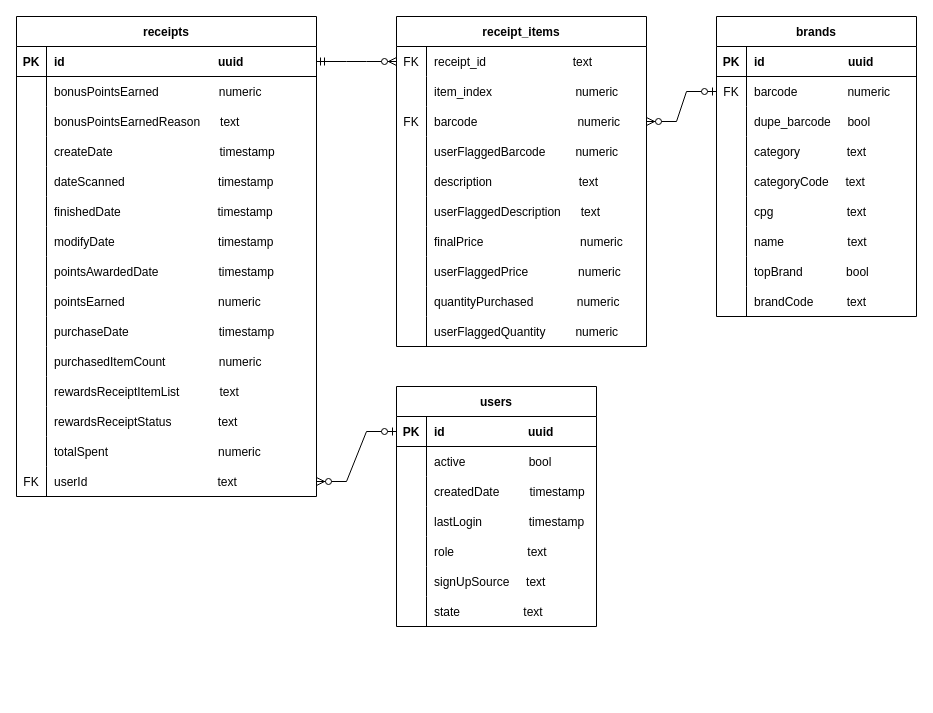
Earlier version of the draw.io diagram data/interim/fetch_db_erd.drawio (byrne-saw/play_fetch). Source tidied: cells renumbered, new cells numbered last; positions are measured from the earlier drawing's top-left corner, leaving out a move shared by most shapes. Both pictures are drawn from the tidied source at 100%, with x=0, y=0 at pixel (16, 16).
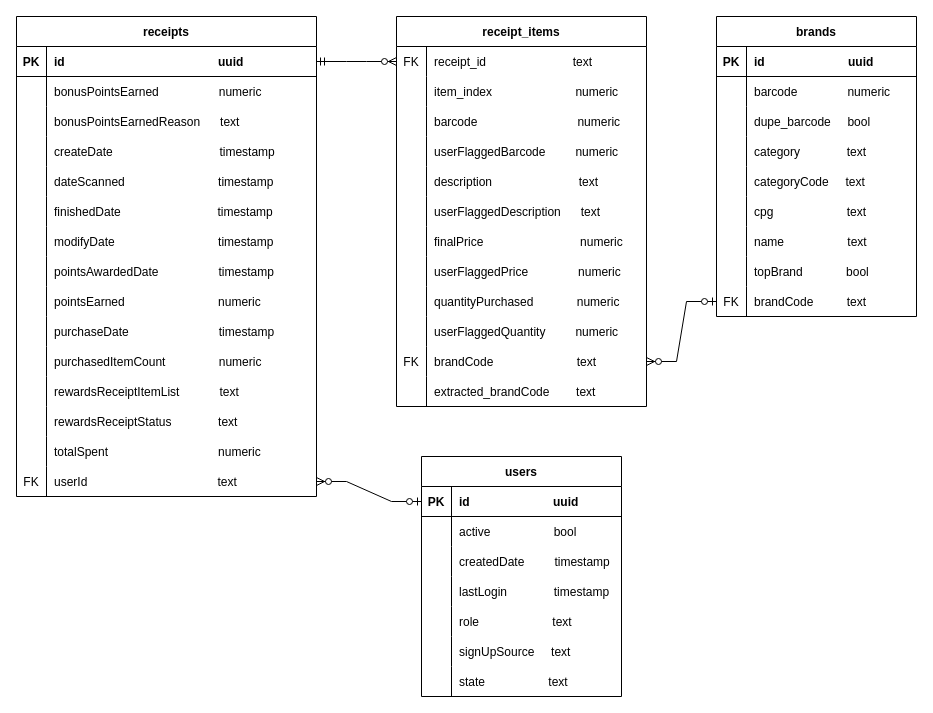
Above is the later version.

Commit message (it also covers changes not shown here):
added brandCodes and extracted_brandCodes to receipt_items, updated SQLite tables, made notes in preperation for take 2: What are the top 5 brands by receipts scanned for most recent month?

The change refers to these unchanged cells:
```xml
<mxCell id="6" style="shape=tableRow;horizontal=0;startSize=0;swimlaneHead=0;swimlaneBody=0;fillColor=none;points=[[0,0.5],[1,0.5]];portConstraint=eastwest;top=0;left=0;right=0;bottom=0;" parent="2" vertex="1">
  <mxGeometry y="60" width="200" height="30" as="geometry" />
</mxCell>
<mxCell id="27" style="shape=tableRow;horizontal=0;startSize=0;swimlaneHead=0;swimlaneBody=0;fillColor=none;points=[[0,0.5],[1,0.5]];portConstraint=eastwest;top=0;left=0;right=0;bottom=0;" parent="2" vertex="1">
  <mxGeometry y="270" width="200" height="30" as="geometry" />
</mxCell>
<mxCell id="105" style="shape=tableRow;horizontal=0;startSize=0;swimlaneHead=0;swimlaneBody=0;fillColor=none;points=[[0,0.5],[1,0.5]];portConstraint=eastwest;top=0;left=0;right=0;bottom=0;" parent="98" vertex="1">
  <mxGeometry y="90" width="250" height="30" as="geometry" />
</mxCell>
```

The edit, as a diff of the source:
```diff
@@
-    <mxCell id="7" value="FK" style="shape=partialRectangle;fillColor=none;top=0;left=0;bottom=0;right=0;overflow=hidden;" parent="6" vertex="1">
+    <mxCell id="7" style="shape=partialRectangle;fillColor=none;top=0;left=0;bottom=0;right=0;overflow=hidden;" parent="6" vertex="1">
       <mxGeometry width="30" height="30" as="geometry" />
     </mxCell>
@@
-    <mxCell id="28" style="shape=partialRectangle;fillColor=none;top=0;left=0;bottom=0;right=0;overflow=hidden;" parent="27" vertex="1">
+    <mxCell id="28" value="FK" style="shape=partialRectangle;fillColor=none;top=0;left=0;bottom=0;right=0;overflow=hidden;" parent="27" vertex="1">
       <mxGeometry width="30" height="30" as="geometry" />
     </mxCell>
@@
     <mxCell id="30" value="users" style="shape=table;startSize=30;childLayout=tableLayout;rowLines=0;fontStyle=1;align=center;" parent="1" vertex="1">
-      <mxGeometry x="380" y="370" width="200" height="240" as="geometry" />
+      <mxGeometry x="405" y="440" width="200" height="240" as="geometry" />
     </mxCell>
@@
     <mxCell id="98" value="receipt_items" style="shape=table;startSize=30;childLayout=tableLayout;rowLines=0;fontStyle=1;align=center;" parent="1" vertex="1">
-      <mxGeometry x="380" width="250" height="330" as="geometry" />
+      <mxGeometry x="380" width="250" height="390" as="geometry" />
     </mxCell>
@@
-    <mxCell id="106" value="FK" style="shape=partialRectangle;fillColor=none;top=0;left=0;bottom=0;right=0;overflow=hidden;" parent="105" vertex="1">
+    <mxCell id="106" style="shape=partialRectangle;fillColor=none;top=0;left=0;bottom=0;right=0;overflow=hidden;" parent="105" vertex="1">
       <mxGeometry width="30" height="30" as="geometry" />
     </mxCell>
@@
+    <mxCell id="132" style="shape=tableRow;horizontal=0;startSize=0;swimlaneHead=0;swimlaneBody=0;fillColor=none;points=[[0,0.5],[1,0.5]];portConstraint=eastwest;top=0;left=0;right=0;bottom=0;" parent="98" vertex="1">
+      <mxGeometry y="330" width="250" height="30" as="geometry" />
+    </mxCell>
+    <mxCell id="133" value="FK" style="shape=partialRectangle;fillColor=none;top=0;left=0;bottom=0;right=0;overflow=hidden;" parent="132" vertex="1">
+      <mxGeometry width="30" height="30" as="geometry" />
+    </mxCell>
+    <mxCell id="134" value="brandCode                         text" style="shape=partialRectangle;fillColor=none;top=0;left=0;bottom=0;right=0;align=left;spacingLeft=6;overflow=hidden;" parent="132" vertex="1">
+      <mxGeometry x="30" width="220" height="30" as="geometry" />
+    </mxCell>
+    <mxCell id="135" style="shape=tableRow;horizontal=0;startSize=0;swimlaneHead=0;swimlaneBody=0;fillColor=none;top=0;left=0;right=0;bottom=0;" parent="98" vertex="1">
+      <mxGeometry y="360" width="250" height="30" as="geometry" />
+    </mxCell>
+    <mxCell id="136" style="shape=partialRectangle;fillColor=none;top=0;left=0;bottom=0;right=0;overflow=hidden;" parent="135" vertex="1">
+      <mxGeometry width="30" height="30" as="geometry" />
+    </mxCell>
+    <mxCell id="137" value="extracted_brandCode        text" style="shape=partialRectangle;fillColor=none;top=0;left=0;bottom=0;right=0;align=left;spacingLeft=6;overflow=hidden;" parent="135" vertex="1">
+      <mxGeometry x="30" width="220" height="30" as="geometry" />
+    </mxCell>
@@
-    <mxCell id="130" style="edgeStyle=entityRelationEdgeStyle;fontSize=12;html=1;endArrow=ERzeroToMany;startArrow=ERzeroToOne;rounded=0;exitX=0;exitY=0.5;exitDx=0;exitDy=0;" parent="1" edge="1" source="6" target="105">
+    <mxCell id="130" style="edgeStyle=entityRelationEdgeStyle;fontSize=12;html=1;endArrow=ERzeroToMany;startArrow=ERzeroToOne;rounded=0;exitX=0;exitY=0.5;exitDx=0;exitDy=0;entryX=1;entryY=0.5;entryDx=0;entryDy=0;" parent="1" edge="1" source="27" target="132">
       <mxGeometry relative="1" as="geometry" />
     </mxCell>
```
